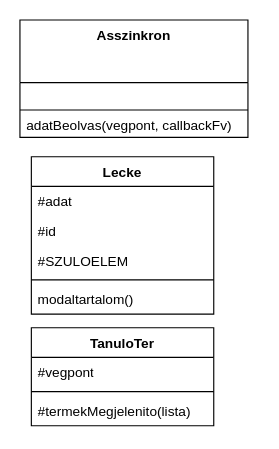
The draw.io diagram Niki&Viki_UML.drawio in Viki-Niki-ELearning/VikiNiki_ELearning, before the edit. Source tidied: cells renumbered, new cells numbered last; positions are measured from the earlier drawing's top-left corner, leaving out a move shared by most shapes. Both pictures are drawn from the tidied source at 114%, with x=0, y=0 at pixel (19, 19).
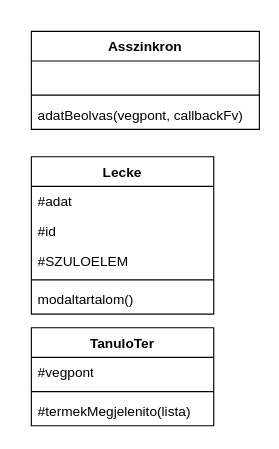
The same diagram, later.

Change to the diagram source:
```diff
@@
 <mxGraphModel>
   <root>
     <mxCell id="0" />
     <mxCell id="1" parent="0" />
-    <mxCell id="2" value="&lt;b&gt;Asszinkron&lt;/b&gt;" style="swimlane;fontStyle=0;align=center;verticalAlign=top;horizontal=1;startSize=55;html=1;whiteSpace=wrap;" parent="1" vertex="1">
-      <mxGeometry width="200" height="103" as="geometry" />
-    </mxCell>
-    <mxCell id="3" value="&amp;nbsp;" style="text;html=1;strokeColor=none;fillColor=none;align=left;verticalAlign=middle;spacingLeft=4;spacingRight=4;overflow=hidden;whiteSpace=wrap;" parent="2" vertex="1">
-      <mxGeometry y="55" width="200" height="20" as="geometry" />
-    </mxCell>
-    <mxCell id="4" style="line;strokeWidth=1;fillColor=none;align=left;verticalAlign=middle;spacingTop=-1;spacingLeft=3;spacingRight=3;labelPosition=right;" parent="2" vertex="1">
-      <mxGeometry y="75" width="200" height="8" as="geometry" />
-    </mxCell>
-    <mxCell id="5" value="adatBeolvas(vegpont, callbackFv)" style="text;html=1;strokeColor=none;fillColor=none;align=left;verticalAlign=middle;spacingLeft=4;spacingRight=4;overflow=hidden;whiteSpace=wrap;" parent="2" vertex="1">
-      <mxGeometry y="83" width="200" height="20" as="geometry" />
-    </mxCell>
     <mxCell id="6" value="Lecke" style="swimlane;fontStyle=1;align=center;verticalAlign=top;horizontal=1;startSize=26;whiteSpace=wrap;html=1;" parent="1" vertex="1">
       <mxGeometry x="10" y="120" width="160" height="138" as="geometry" />
     </mxCell>
     <mxCell id="7" value="#adat" style="text;strokeColor=none;fillColor=none;align=left;verticalAlign=top;spacingLeft=4;spacingRight=4;overflow=hidden;whiteSpace=wrap;html=1;" parent="6" vertex="1">
       <mxGeometry y="26" width="160" height="26" as="geometry" />
     </mxCell>
     <mxCell id="8" value="#id" style="text;strokeColor=none;fillColor=none;align=left;verticalAlign=top;spacingLeft=4;spacingRight=4;overflow=hidden;whiteSpace=wrap;html=1;" parent="6" vertex="1">
       <mxGeometry y="52" width="160" height="26" as="geometry" />
     </mxCell>
     <mxCell id="9" value="#SZULOELEM" style="text;strokeColor=none;fillColor=none;align=left;verticalAlign=top;spacingLeft=4;spacingRight=4;overflow=hidden;whiteSpace=wrap;html=1;" parent="6" vertex="1">
       <mxGeometry y="78" width="160" height="26" as="geometry" />
     </mxCell>
     <mxCell id="10" style="line;strokeWidth=1;fillColor=none;align=left;verticalAlign=middle;spacingTop=-1;spacingLeft=3;spacingRight=3;labelPosition=right;strokeColor=inherit;" parent="6" vertex="1">
       <mxGeometry y="104" width="160" height="8" as="geometry" />
     </mxCell>
     <mxCell id="11" value="modaltartalom()" style="text;strokeColor=none;fillColor=none;align=left;verticalAlign=top;spacingLeft=4;spacingRight=4;overflow=hidden;whiteSpace=wrap;html=1;" parent="6" vertex="1">
       <mxGeometry y="112" width="160" height="26" as="geometry" />
     </mxCell>
     <mxCell id="12" value="TanuloTer" style="swimlane;fontStyle=1;align=center;verticalAlign=top;horizontal=1;startSize=26;whiteSpace=wrap;html=1;" parent="1" vertex="1">
       <mxGeometry x="10" y="270" width="160" height="86" as="geometry" />
     </mxCell>
     <mxCell id="13" value="#vegpont" style="text;strokeColor=none;fillColor=none;align=left;verticalAlign=top;spacingLeft=4;spacingRight=4;overflow=hidden;whiteSpace=wrap;html=1;" parent="12" vertex="1">
       <mxGeometry y="26" width="160" height="26" as="geometry" />
     </mxCell>
     <mxCell id="14" style="line;strokeWidth=1;fillColor=none;align=left;verticalAlign=middle;spacingTop=-1;spacingLeft=3;spacingRight=3;labelPosition=right;strokeColor=inherit;" parent="12" vertex="1">
       <mxGeometry y="52" width="160" height="8" as="geometry" />
     </mxCell>
     <mxCell id="15" value="#termekMegjelenito(lista)" style="text;strokeColor=none;fillColor=none;align=left;verticalAlign=top;spacingLeft=4;spacingRight=4;overflow=hidden;whiteSpace=wrap;html=1;" parent="12" vertex="1">
       <mxGeometry y="60" width="160" height="26" as="geometry" />
     </mxCell>
+    <mxCell id="2" value="Asszinkron" style="swimlane;fontStyle=1;align=center;verticalAlign=top;horizontal=1;startSize=26;whiteSpace=wrap;html=1;" parent="1" vertex="1">
+      <mxGeometry x="10" y="10" width="200" height="86" as="geometry" />
+    </mxCell>
+    <mxCell id="16" value="&amp;nbsp;" style="text;strokeColor=none;fillColor=none;align=left;verticalAlign=top;spacingLeft=4;spacingRight=4;overflow=hidden;whiteSpace=wrap;html=1;" parent="2" vertex="1">
+      <mxGeometry y="26" width="200" height="26" as="geometry" />
+    </mxCell>
+    <mxCell id="17" style="line;strokeWidth=1;fillColor=none;align=left;verticalAlign=middle;spacingTop=-1;spacingLeft=3;spacingRight=3;labelPosition=right;strokeColor=inherit;" parent="2" vertex="1">
+      <mxGeometry y="52" width="200" height="8" as="geometry" />
+    </mxCell>
+    <mxCell id="5" value="adatBeolvas(vegpont, callbackFv)" style="text;strokeColor=none;fillColor=none;align=left;verticalAlign=top;spacingLeft=4;spacingRight=4;overflow=hidden;whiteSpace=wrap;html=1;" parent="2" vertex="1">
+      <mxGeometry y="60" width="200" height="26" as="geometry" />
+    </mxCell>
   </root>
 </mxGraphModel>
```
